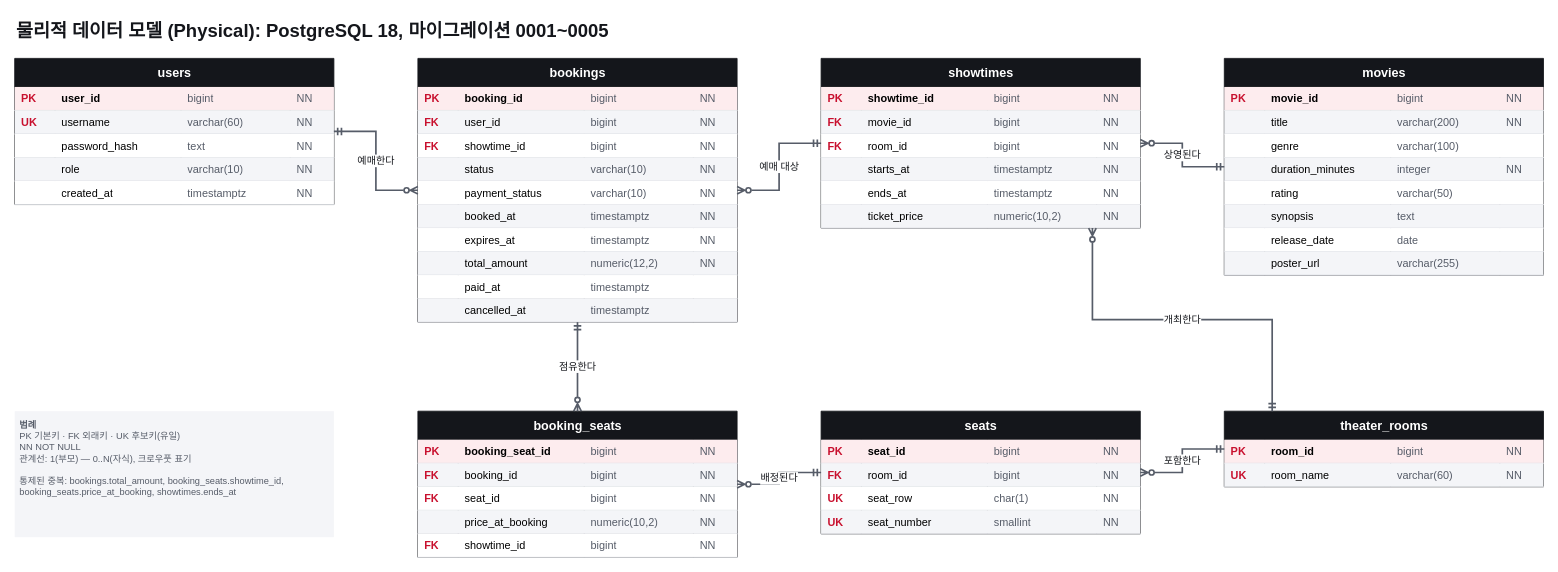
Before: page "물리적 모델 (Physical)" (2 of 3) of database/model/cinema_model.drawio in unhodrgn/Cinema, a draw.io diagram. Source tidied: cells renumbered, new cells numbered last; positions are measured from the earlier drawing's top-left corner, leaving out a move shared by most shapes. Both pictures are drawn from the tidied source at 84%, with x=0, y=0 at pixel (14, 14).
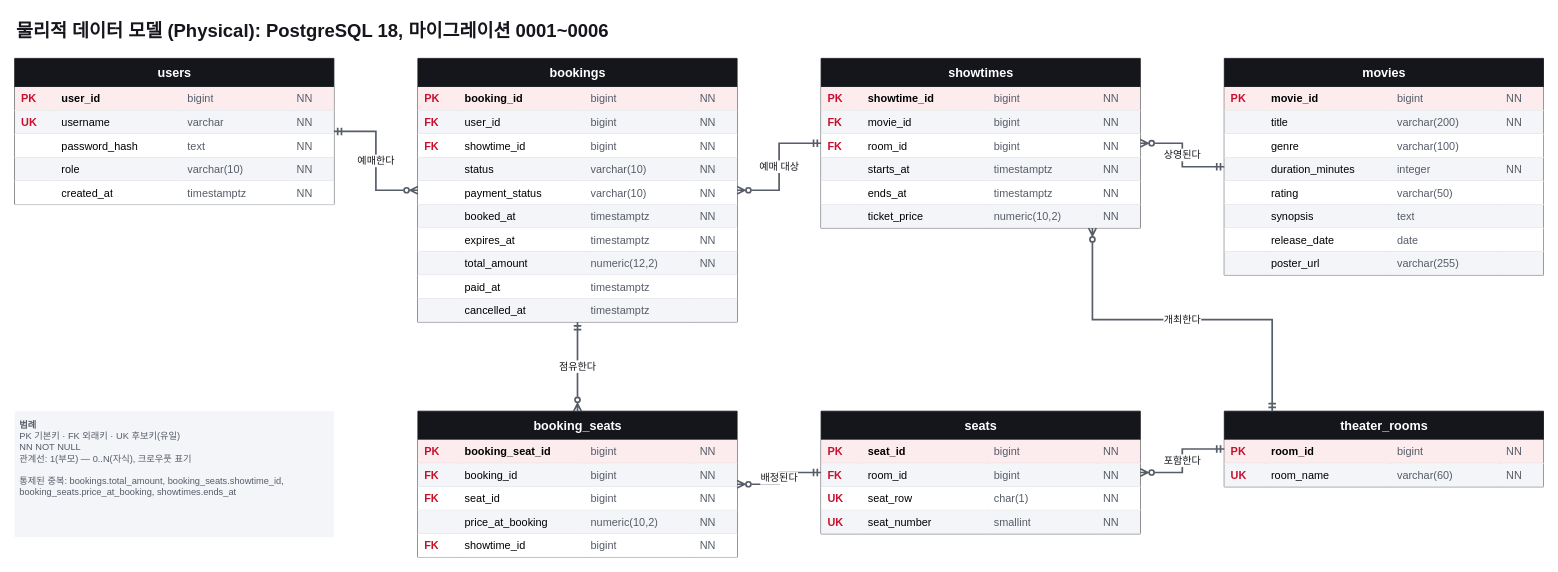
Above is the later version.

Unchanged cells that the change refers to:
```xml
<mxCell id="8" style="shape=tableRow;horizontal=0;startSize=0;swimlaneHead=0;swimlaneBody=0;fillColor=#F4F5F8;top=0;left=0;right=0;bottom=1;strokeColor=#D9DCE1;" parent="2" vertex="1">
  <mxGeometry y="62" width="380" height="28" as="geometry" />
</mxCell>
```

The edit, as a diff of the source:
```diff
@@
-    <mxCell id="11" value="varchar(60)" style="shape=partialRectangle;fillColor=none;top=0;left=0;bottom=0;right=0;overflow=hidden;whiteSpace=wrap;html=1;align=left;spacingLeft=6;fontSize=13;fontColor=#565C68;" parent="8" vertex="1">
+    <mxCell id="11" value="varchar" style="shape=partialRectangle;fillColor=none;top=0;left=0;bottom=0;right=0;overflow=hidden;whiteSpace=wrap;html=1;align=left;spacingLeft=6;fontSize=13;fontColor=#565C68;" parent="8" vertex="1">
       <mxGeometry x="198" width="130" height="28" as="geometry" />
     </mxCell>
@@
-    <mxCell id="216" value="물리적 데이터 모델 (Physical): PostgreSQL 18, 마이그레이션 0001~0005" style="text;html=1;fontSize=22;fontStyle=1;fontColor=#14161B;align=left;" parent="1" vertex="1">
+    <mxCell id="216" value="물리적 데이터 모델 (Physical): PostgreSQL 18, 마이그레이션 0001~0006" style="text;html=1;fontSize=22;fontStyle=1;fontColor=#14161B;align=left;" parent="1" vertex="1">
       <mxGeometry width="1400" height="36" as="geometry" />
     </mxCell>
```
